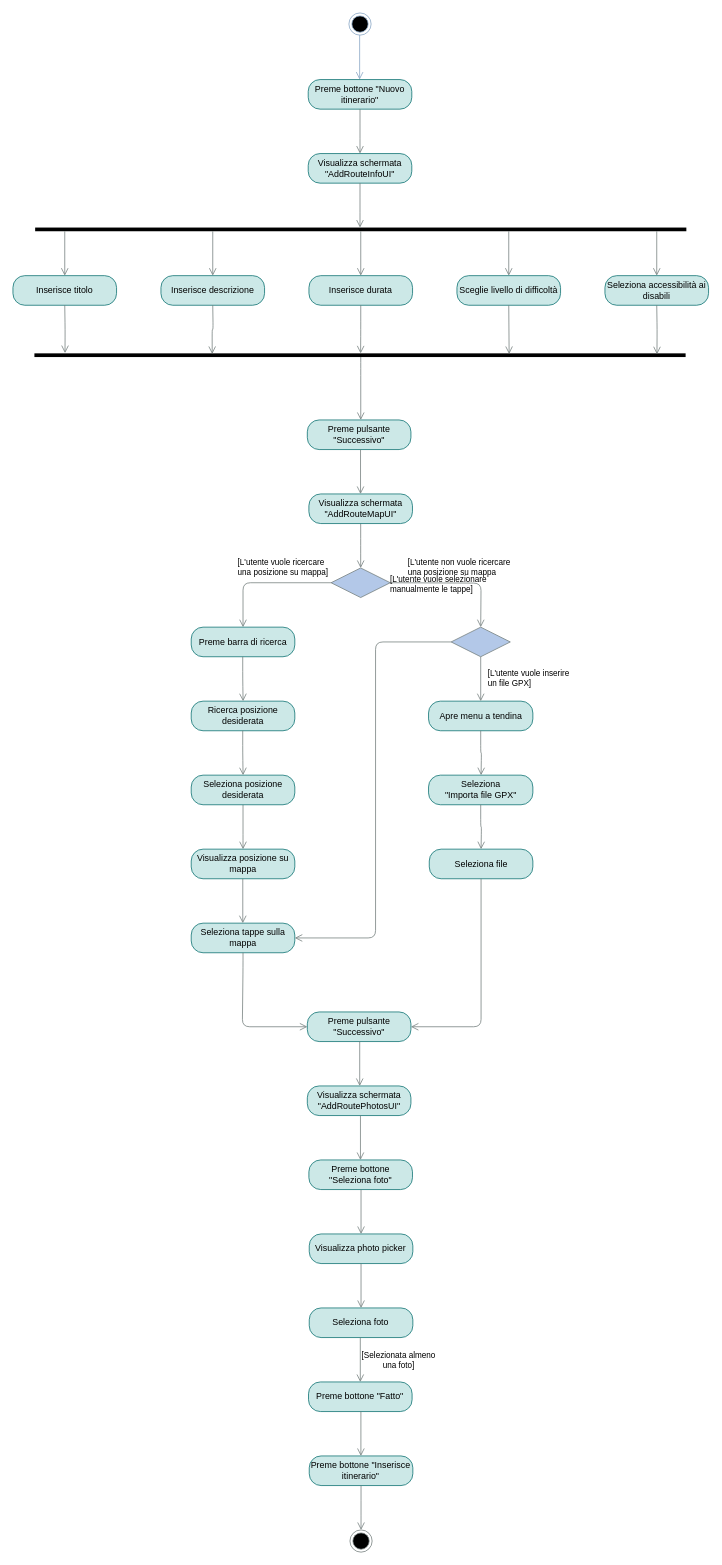
Before: page "Aggiungi itinerario" (2 of 7) of docs/activity.drawio in archer-65/natour-2122, a draw.io diagram. Source tidied: cells renumbered, new cells numbered last; positions are measured from the earlier drawing's top-left corner, leaving out a move shared by most shapes. Both pictures are drawn from the tidied source at 74%, with x=0, y=0 at pixel (13, 13).
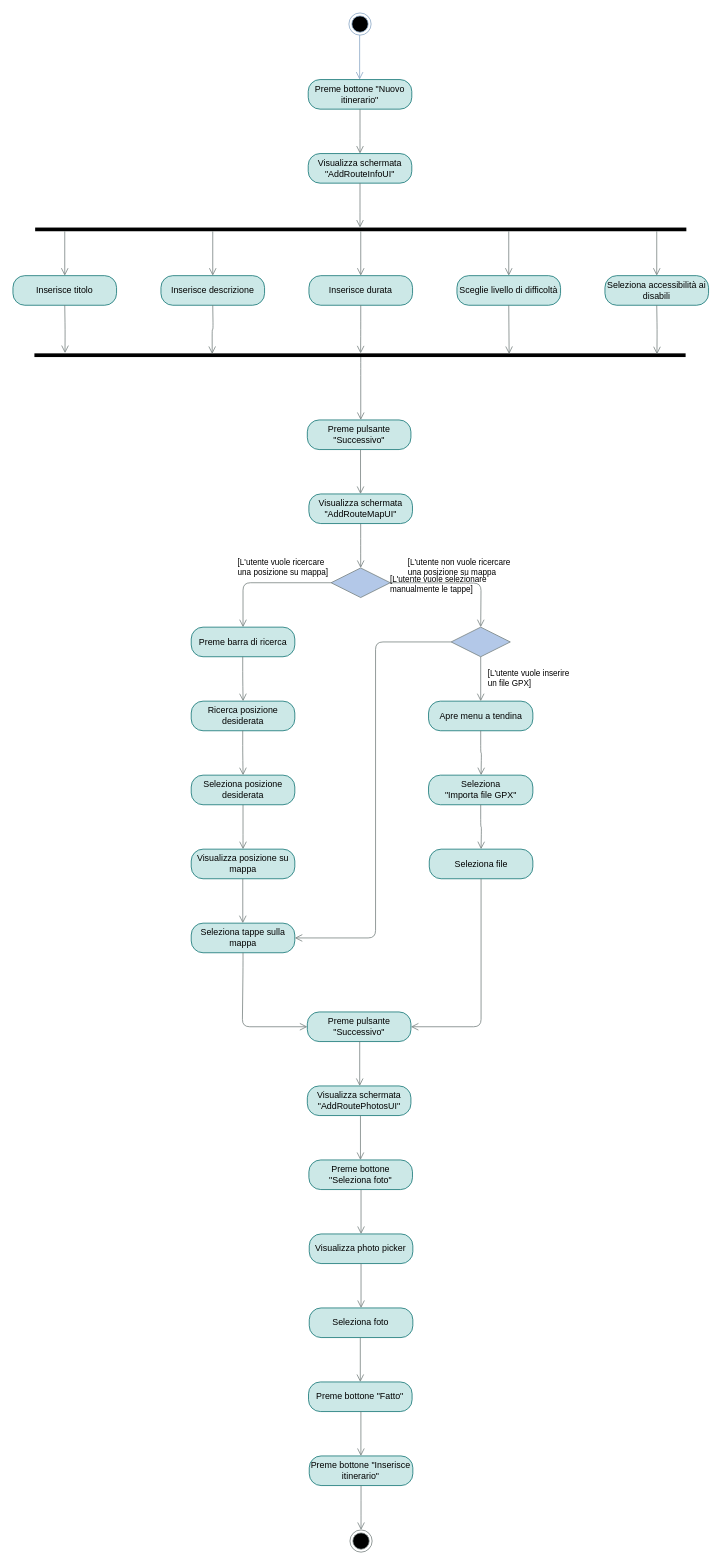
The same page after the edit.

The change refers to these unchanged cells:
```xml
<mxCell id="63" style="edgeStyle=orthogonalEdgeStyle;html=1;verticalAlign=bottom;endArrow=open;endSize=8;strokeColor=#6F7978;fontFamily=Fira Sans;" parent="1" edge="1">
  <mxGeometry relative="1" as="geometry">
    <mxPoint x="469.4" y="1790" as="sourcePoint" />
    <mxPoint x="469.4" y="1850" as="targetPoint" />
  </mxGeometry>
</mxCell>
```

Change to the diagram source:
```diff
@@
-    <mxCell id="64" value="&lt;div&gt;[Selezionata almeno&lt;/div&gt;&lt;div&gt;una foto]&lt;br&gt;&lt;/div&gt;" style="edgeLabel;html=1;align=center;verticalAlign=middle;labelBackgroundColor=none;" parent="63" vertex="1">
-      <mxGeometry x="0.22" relative="1" as="geometry">
-        <mxPoint x="51" y="-7" as="offset" />
-      </mxGeometry>
-    </mxCell>
```
